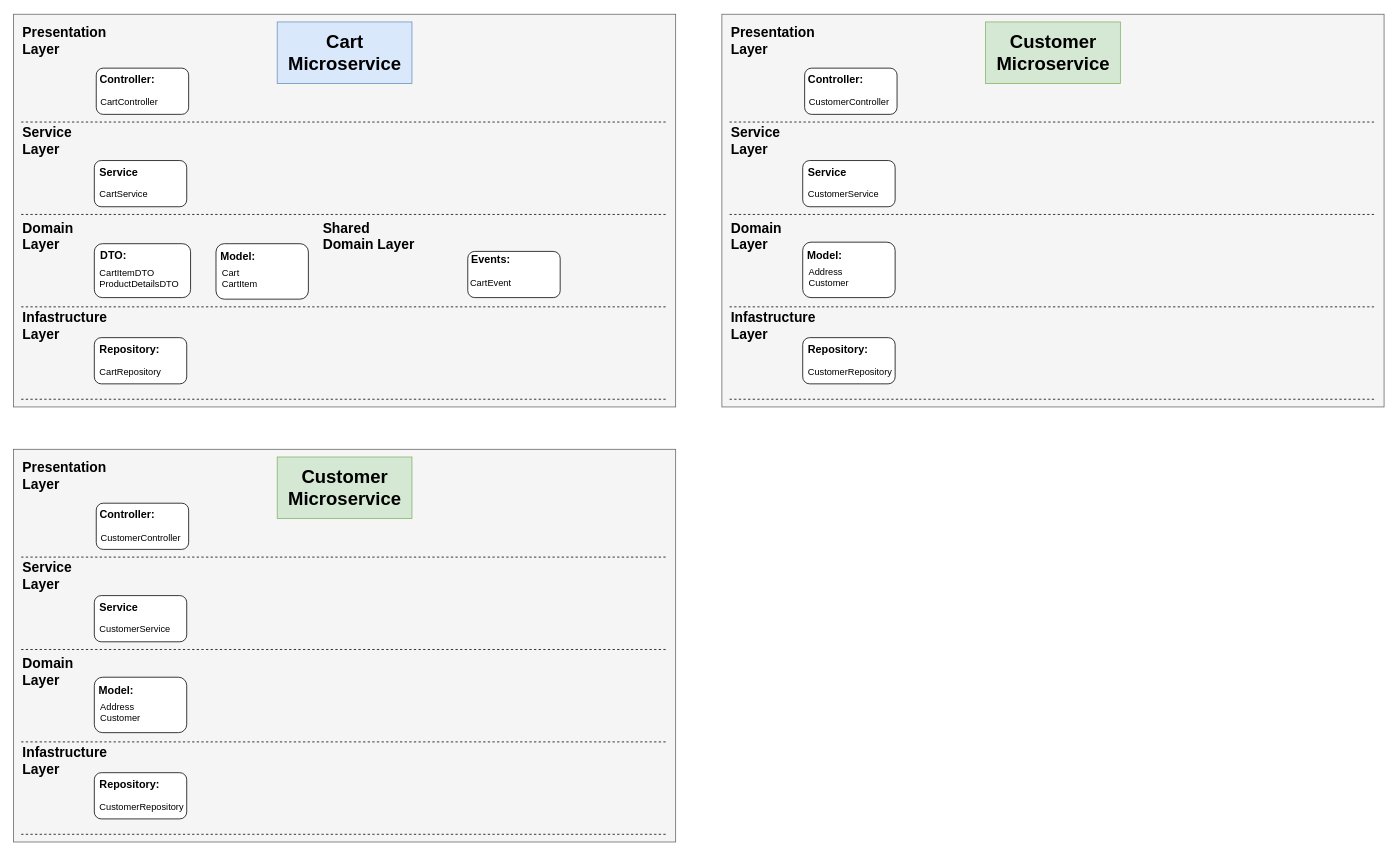
aks805/318Diagrams keeps this draw.io diagram as layeredArchitecture.drawio. Above is the earlier version. Source tidied: cells renumbered, new cells numbered last; positions are measured from the earlier drawing's top-left corner, leaving out a move shared by most shapes. Both pictures are drawn from the tidied source at 77%, with x=0, y=0 at pixel (13, 14).
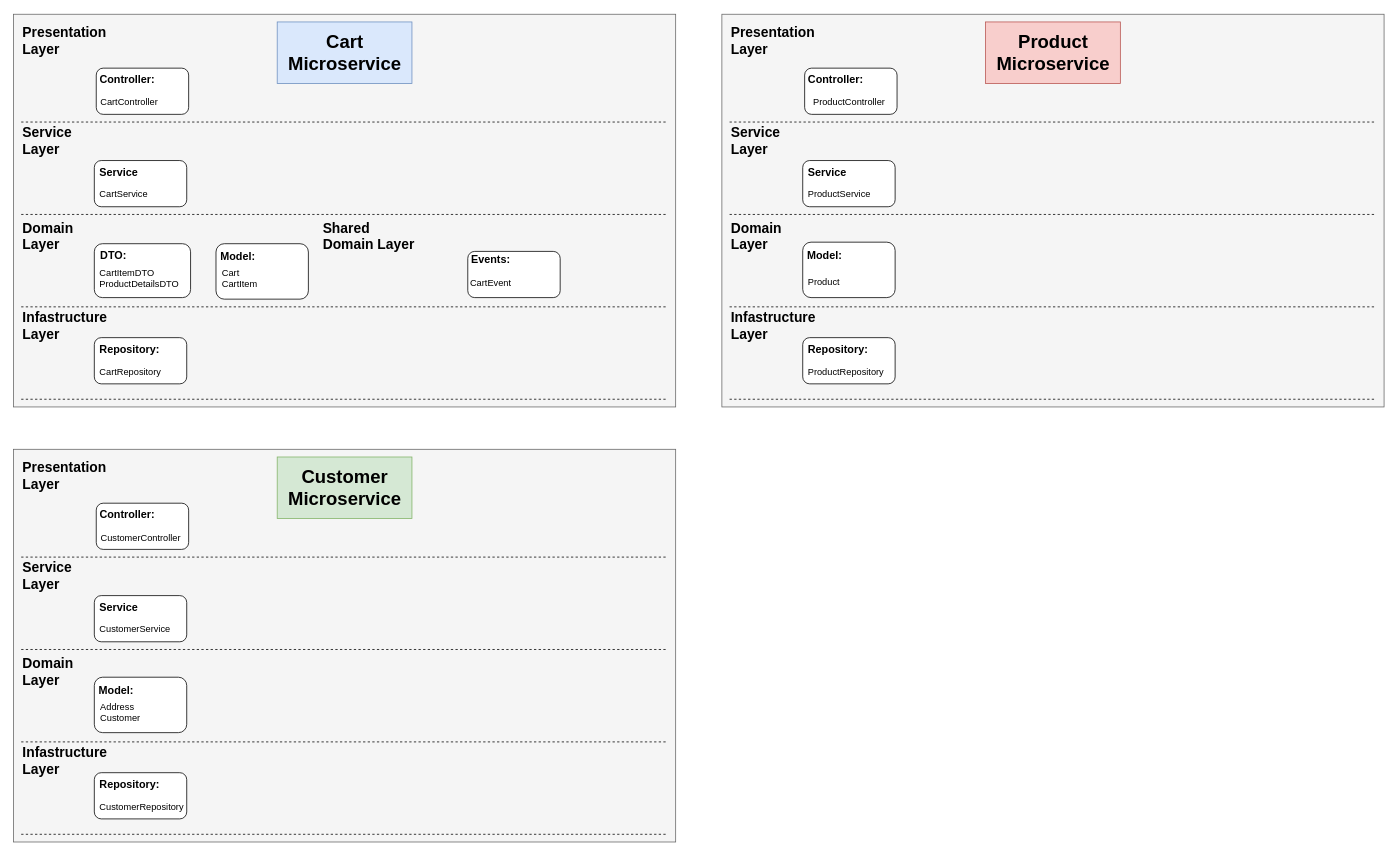
Above is the later version.

What changed in the source:
```diff
@@
-    <mxCell id="58" value="&lt;h1&gt;Customer Microservice&lt;/h1&gt;" style="text;html=1;align=center;verticalAlign=middle;whiteSpace=wrap;rounded=0;fillColor=#d5e8d4;strokeColor=#82b366;" parent="1" vertex="1">
+    <mxCell id="58" value="&lt;h1&gt;Product Microservice&lt;/h1&gt;" style="text;html=1;align=center;verticalAlign=middle;whiteSpace=wrap;rounded=0;fillColor=#f8cecc;strokeColor=#b85450;" parent="1" vertex="1">
       <mxGeometry x="1262.5" y="10" width="175" height="80" as="geometry" />
     </mxCell>
@@
-    <mxCell id="67" value="CustomerService" style="text;whiteSpace=wrap;" parent="1" vertex="1">
+    <mxCell id="67" value="ProductService" style="text;whiteSpace=wrap;" parent="1" vertex="1">
       <mxGeometry x="1030" y="220" width="70" height="20" as="geometry" />
     </mxCell>
-    <mxCell id="68" value="Address&#10;Customer" style="text;whiteSpace=wrap;" parent="1" vertex="1">
-      <mxGeometry x="1031" y="321" width="64" height="40" as="geometry" />
+    <mxCell id="68" value="Product" style="text;whiteSpace=wrap;" parent="1" vertex="1">
+      <mxGeometry x="1030" y="334" width="64" height="40" as="geometry" />
     </mxCell>
@@
-    <mxCell id="70" value="CustomerRepository" style="text;html=1;align=left;verticalAlign=middle;whiteSpace=wrap;rounded=0;" parent="1" vertex="1">
+    <mxCell id="70" value="ProductRepository" style="text;html=1;align=left;verticalAlign=middle;whiteSpace=wrap;rounded=0;" parent="1" vertex="1">
       <mxGeometry x="1030" y="450" width="90" height="30" as="geometry" />
     </mxCell>
@@
-    <mxCell id="74" value="CustomerController" style="text;html=1;align=center;verticalAlign=middle;whiteSpace=wrap;rounded=0;" parent="1" vertex="1">
+    <mxCell id="74" value="ProductController" style="text;html=1;align=center;verticalAlign=middle;whiteSpace=wrap;rounded=0;" parent="1" vertex="1">
       <mxGeometry x="1047.5" y="100" width="75" height="30" as="geometry" />
     </mxCell>
```
